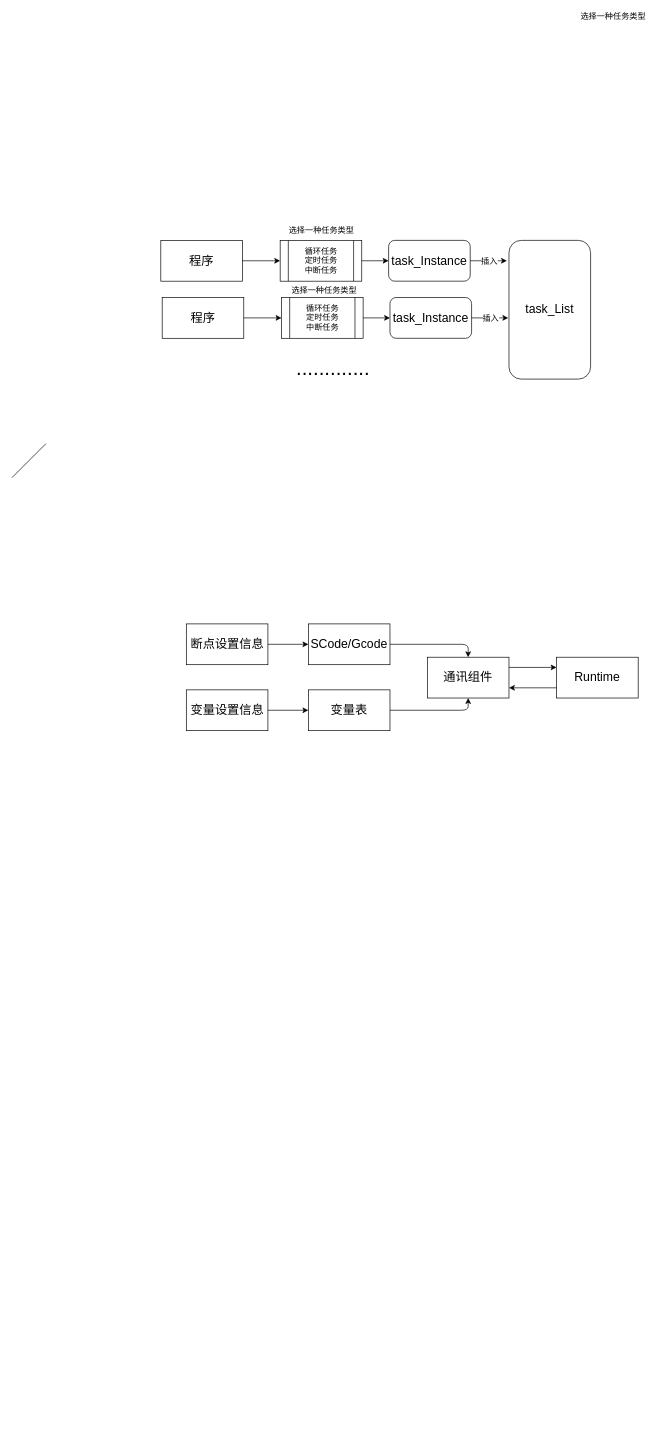
Earlier version of the draw.io diagram task_setting.drawio (nathanningbo/general_ztf). Source tidied: cells renumbered, new cells numbered last; positions are measured from the earlier drawing's top-left corner, leaving out a move shared by most shapes. Both pictures are drawn from the tidied source at 68%, with x=0, y=0 at pixel (12, 236).
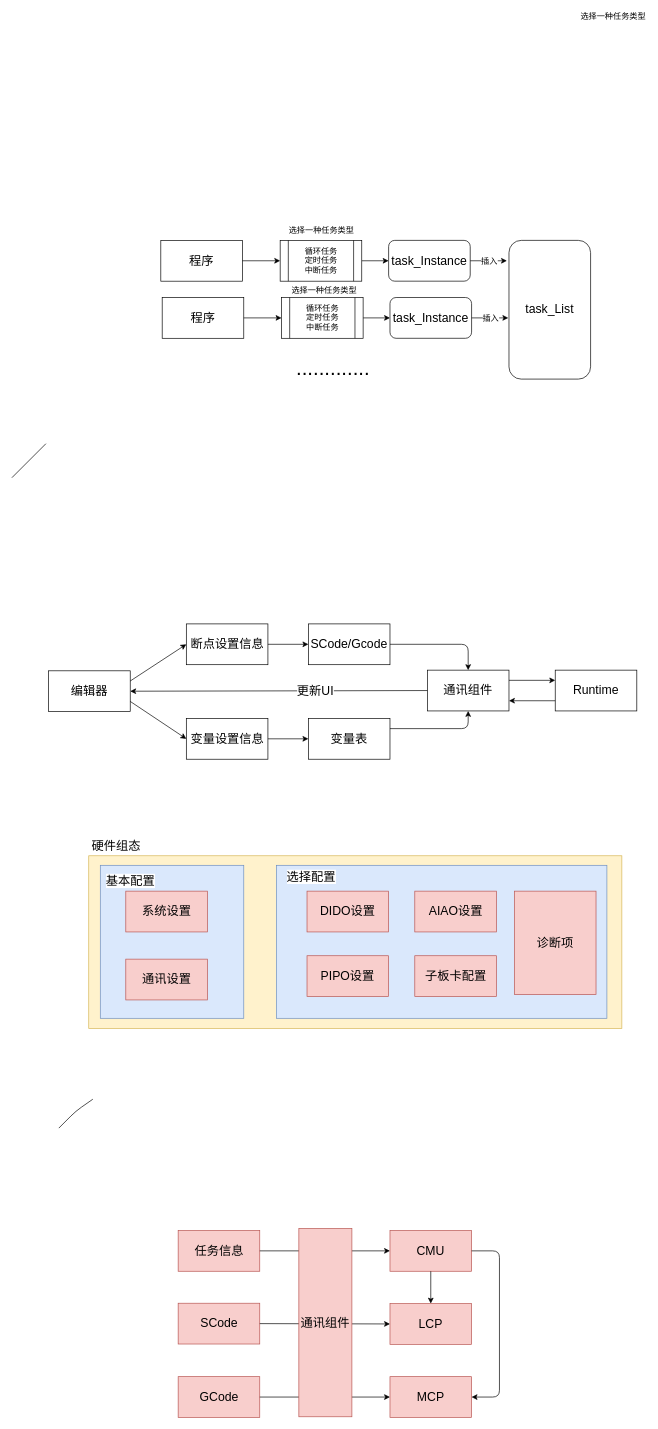
Above is the later version.

Unchanged cells that the change refers to:
```xml
<mxCell id="23" value="断点设置信息" style="rounded=0;whiteSpace=wrap;html=1;fontSize=18;" parent="1" vertex="1">
  <mxGeometry x="256.5" y="570" width="120" height="60" as="geometry" />
</mxCell>
```

The edit, as a diff of the source:
```diff
@@
+    <mxCell id="35" style="rounded=0;whiteSpace=wrap;html=1;fontSize=18;fillColor=#fff2cc;strokeColor=#d6b656;" parent="1" vertex="1">
+      <mxGeometry x="113" y="911" width="784" height="254" as="geometry" />
+    </mxCell>
+    <mxCell id="36" style="rounded=0;whiteSpace=wrap;html=1;fontSize=18;fillColor=#dae8fc;strokeColor=#6c8ebf;" parent="1" vertex="1">
+      <mxGeometry x="389" y="925" width="486" height="225" as="geometry" />
+    </mxCell>
+    <mxCell id="37" style="rounded=0;whiteSpace=wrap;html=1;fontSize=18;fillColor=#dae8fc;strokeColor=#6c8ebf;" parent="1" vertex="1">
+      <mxGeometry x="130" y="925" width="211" height="225" as="geometry" />
+    </mxCell>
@@
     <mxCell id="24" value="变量设置信息" style="rounded=0;whiteSpace=wrap;html=1;fontSize=18;" parent="1" vertex="1">
-      <mxGeometry x="256.5" y="667" width="120" height="60" as="geometry" />
+      <mxGeometry x="256.5" y="709" width="120" height="60" as="geometry" />
     </mxCell>
@@
     <mxCell id="26" value="变量表" style="rounded=0;whiteSpace=wrap;html=1;fontSize=18;" parent="1" vertex="1">
-      <mxGeometry x="436" y="667" width="120" height="60" as="geometry" />
+      <mxGeometry x="436" y="709" width="120" height="60" as="geometry" />
     </mxCell>
     <mxCell id="27" value="通讯组件" style="rounded=0;whiteSpace=wrap;html=1;fontSize=18;" parent="1" vertex="1">
-      <mxGeometry x="611" y="619" width="120" height="60" as="geometry" />
+      <mxGeometry x="611" y="638" width="120" height="60" as="geometry" />
     </mxCell>
     <mxCell id="28" value="Runtime" style="rounded=0;whiteSpace=wrap;html=1;fontSize=18;" parent="1" vertex="1">
-      <mxGeometry x="801" y="619" width="120" height="60" as="geometry" />
+      <mxGeometry x="799" y="638" width="120" height="60" as="geometry" />
     </mxCell>
@@
-    <mxCell id="32" style="endArrow=classic;html=1;fontSize=18;fontColor=#000000;exitX=1;exitY=0.5;exitDx=0;exitDy=0;entryX=0.5;entryY=1;entryDx=0;entryDy=0;" parent="1" edge="1" source="26" target="27">
+    <mxCell id="32" style="endArrow=classic;html=1;fontSize=18;fontColor=#000000;exitX=1;exitY=0.25;exitDx=0;exitDy=0;entryX=0.5;entryY=1;entryDx=0;entryDy=0;" parent="1" edge="1" source="26" target="27">
       <mxGeometry relative="1" as="geometry">
         <Array as="points">
-          <mxPoint x="671" y="697" />
+          <mxPoint x="671" y="724" />
         </Array>
       </mxGeometry>
     </mxCell>
@@
+    <mxCell id="38" value="编辑器" style="rounded=0;whiteSpace=wrap;html=1;fontSize=18;" parent="1" vertex="1">
+      <mxGeometry x="54" y="639" width="120" height="60" as="geometry" />
+    </mxCell>
+    <mxCell id="39" style="endArrow=classic;html=1;fontSize=18;fontColor=#000000;exitX=1;exitY=0.25;exitDx=0;exitDy=0;entryX=0;entryY=0.5;entryDx=0;entryDy=0;" parent="1" edge="1" source="38" target="23">
+      <mxGeometry relative="1" as="geometry" />
+    </mxCell>
+    <mxCell id="40" style="endArrow=classic;html=1;fontSize=18;fontColor=#000000;exitX=1;exitY=0.75;exitDx=0;exitDy=0;entryX=0;entryY=0.5;entryDx=0;entryDy=0;" parent="1" edge="1" source="38" target="24">
+      <mxGeometry relative="1" as="geometry" />
+    </mxCell>
+    <mxCell id="41" style="endArrow=classic;html=1;fontSize=18;fontColor=#000000;exitX=0;exitY=0.5;exitDx=0;exitDy=0;entryX=1;entryY=0.5;entryDx=0;entryDy=0;" parent="1" edge="1" source="27" target="38">
+      <mxGeometry relative="1" as="geometry" />
+    </mxCell>
+    <mxCell id="42" value="&lt;div&gt;更新UI&lt;/div&gt;" style="text;html=1;align=center;verticalAlign=middle;labelBackgroundColor=#ffffff;fontSize=18;fontColor=#000000;" parent="41" vertex="1">
+      <mxGeometry x="-0.24" relative="1" as="geometry" />
+    </mxCell>
+    <mxCell id="43" value="通讯设置" style="rounded=0;whiteSpace=wrap;html=1;fontSize=18;fillColor=#f8cecc;strokeColor=#b85450;" parent="1" vertex="1">
+      <mxGeometry x="167.5" y="1063" width="120" height="60" as="geometry" />
+    </mxCell>
+    <mxCell id="44" value="DIDO设置" style="rounded=0;whiteSpace=wrap;html=1;fontSize=18;fillColor=#f8cecc;strokeColor=#b85450;" parent="1" vertex="1">
+      <mxGeometry x="434" y="963" width="120" height="60" as="geometry" />
+    </mxCell>
+    <mxCell id="45" value="PIPO设置" style="rounded=0;whiteSpace=wrap;html=1;fontSize=18;fillColor=#f8cecc;strokeColor=#b85450;" parent="1" vertex="1">
+      <mxGeometry x="434" y="1058" width="120" height="60" as="geometry" />
+    </mxCell>
+    <mxCell id="46" value="系统设置" style="rounded=0;whiteSpace=wrap;html=1;fontSize=18;fillColor=#f8cecc;strokeColor=#b85450;" parent="1" vertex="1">
+      <mxGeometry x="167.5" y="963" width="120" height="60" as="geometry" />
+    </mxCell>
+    <mxCell id="47" value="AIAO设置" style="rounded=0;whiteSpace=wrap;html=1;fontSize=18;fillColor=#f8cecc;strokeColor=#b85450;" parent="1" vertex="1">
+      <mxGeometry x="592.5" y="963" width="120" height="60" as="geometry" />
+    </mxCell>
+    <mxCell id="48" value="子板卡配置" style="rounded=0;whiteSpace=wrap;html=1;fontSize=18;fillColor=#f8cecc;strokeColor=#b85450;" parent="1" vertex="1">
+      <mxGeometry x="592.5" y="1058" width="120" height="60" as="geometry" />
+    </mxCell>
+    <mxCell id="49" style="endArrow=none;html=1;fontSize=18;fontColor=#000000;" parent="1" edge="1">
+      <mxGeometry relative="1" as="geometry">
+        <mxPoint x="69" y="1311.5" as="sourcePoint" />
+        <mxPoint x="119" y="1269" as="targetPoint" />
+        <Array as="points">
+          <mxPoint x="94" y="1286.5" />
+        </Array>
+      </mxGeometry>
+    </mxCell>
+    <mxCell id="50" value="基本配置" style="text;html=1;align=center;verticalAlign=middle;labelBackgroundColor=#ffffff;fontSize=18;fontColor=#000000;" parent="49" vertex="1">
+      <mxGeometry x="0.74" relative="1" as="geometry">
+        <mxPoint x="61.5" y="-327" as="offset" />
+      </mxGeometry>
+    </mxCell>
+    <mxCell id="51" value="选择配置" style="text;html=1;align=center;verticalAlign=middle;labelBackgroundColor=#ffffff;fontSize=18;fontColor=#000000;" parent="49" vertex="1">
+      <mxGeometry x="0.83" relative="1" as="geometry">
+        <mxPoint x="325.5" y="-330.5" as="offset" />
+      </mxGeometry>
+    </mxCell>
+    <mxCell id="52" value="硬件组态" style="text;html=1;align=center;verticalAlign=middle;labelBackgroundColor=#ffffff;fontSize=18;fontColor=#000000;" parent="49" vertex="1">
+      <mxGeometry x="0.81" y="1" relative="1" as="geometry">
+        <mxPoint x="39" y="-375.5" as="offset" />
+      </mxGeometry>
+    </mxCell>
+    <mxCell id="53" value="诊断项" style="rounded=0;whiteSpace=wrap;html=1;fontSize=18;fillColor=#f8cecc;strokeColor=#b85450;" parent="1" vertex="1">
+      <mxGeometry x="739" y="963" width="120" height="152" as="geometry" />
+    </mxCell>
+    <mxCell id="54" value="SCode" style="rounded=0;whiteSpace=wrap;html=1;fontSize=18;fillColor=#f8cecc;strokeColor=#b85450;" parent="1" vertex="1">
+      <mxGeometry x="244.5" y="1569" width="120" height="60" as="geometry" />
+    </mxCell>
+    <mxCell id="55" value="GCode" style="rounded=0;whiteSpace=wrap;html=1;fontSize=18;fillColor=#f8cecc;strokeColor=#b85450;" parent="1" vertex="1">
+      <mxGeometry x="244.5" y="1677" width="120" height="60" as="geometry" />
+    </mxCell>
+    <mxCell id="56" value="任务信息" style="rounded=0;whiteSpace=wrap;html=1;fontSize=18;fillColor=#f8cecc;strokeColor=#b85450;" parent="1" vertex="1">
+      <mxGeometry x="244.5" y="1462" width="120" height="60" as="geometry" />
+    </mxCell>
+    <mxCell id="57" value="CMU" style="rounded=0;whiteSpace=wrap;html=1;fontSize=18;fillColor=#f8cecc;strokeColor=#b85450;" parent="1" vertex="1">
+      <mxGeometry x="556" y="1462" width="120" height="60" as="geometry" />
+    </mxCell>
+    <mxCell id="58" value="LCP" style="rounded=0;whiteSpace=wrap;html=1;fontSize=18;fillColor=#f8cecc;strokeColor=#b85450;" parent="1" vertex="1">
+      <mxGeometry x="556" y="1569.5" width="120" height="60" as="geometry" />
+    </mxCell>
+    <mxCell id="59" value="MCP" style="rounded=0;whiteSpace=wrap;html=1;fontSize=18;fillColor=#f8cecc;strokeColor=#b85450;" parent="1" vertex="1">
+      <mxGeometry x="556" y="1677" width="120" height="60" as="geometry" />
+    </mxCell>
+    <mxCell id="60" style="endArrow=classic;html=1;fontSize=18;fontColor=#000000;exitX=1;exitY=0.5;exitDx=0;exitDy=0;entryX=0;entryY=0.5;entryDx=0;entryDy=0;" parent="1" edge="1" source="56" target="57">
+      <mxGeometry relative="1" as="geometry" />
+    </mxCell>
+    <mxCell id="61" style="endArrow=classic;html=1;fontSize=18;fontColor=#000000;exitX=1;exitY=0.5;exitDx=0;exitDy=0;entryX=0;entryY=0.5;entryDx=0;entryDy=0;" parent="1" edge="1" source="54" target="58">
+      <mxGeometry relative="1" as="geometry" />
+    </mxCell>
+    <mxCell id="62" style="endArrow=classic;html=1;fontSize=18;fontColor=#000000;exitX=1;exitY=0.5;exitDx=0;exitDy=0;entryX=0;entryY=0.5;entryDx=0;entryDy=0;" parent="1" edge="1" source="55" target="59">
+      <mxGeometry relative="1" as="geometry" />
+    </mxCell>
+    <mxCell id="63" value="通讯组件" style="rounded=0;whiteSpace=wrap;html=1;fontSize=18;fillColor=#f8cecc;strokeColor=#b85450;" parent="1" vertex="1">
+      <mxGeometry x="422" y="1459" width="78" height="277" as="geometry" />
+    </mxCell>
+    <mxCell id="64" style="endArrow=classic;html=1;fontSize=18;fontColor=#000000;exitX=0.5;exitY=1;exitDx=0;exitDy=0;entryX=0.5;entryY=0;entryDx=0;entryDy=0;" parent="1" edge="1" source="57" target="58">
+      <mxGeometry relative="1" as="geometry" />
+    </mxCell>
+    <mxCell id="65" style="endArrow=classic;html=1;fontSize=18;fontColor=#000000;exitX=1;exitY=0.5;exitDx=0;exitDy=0;entryX=1;entryY=0.5;entryDx=0;entryDy=0;" parent="1" edge="1" source="57" target="59">
+      <mxGeometry relative="1" as="geometry">
+        <Array as="points">
+          <mxPoint x="717" y="1492" />
+          <mxPoint x="717" y="1707" />
+        </Array>
+      </mxGeometry>
+    </mxCell>
```
